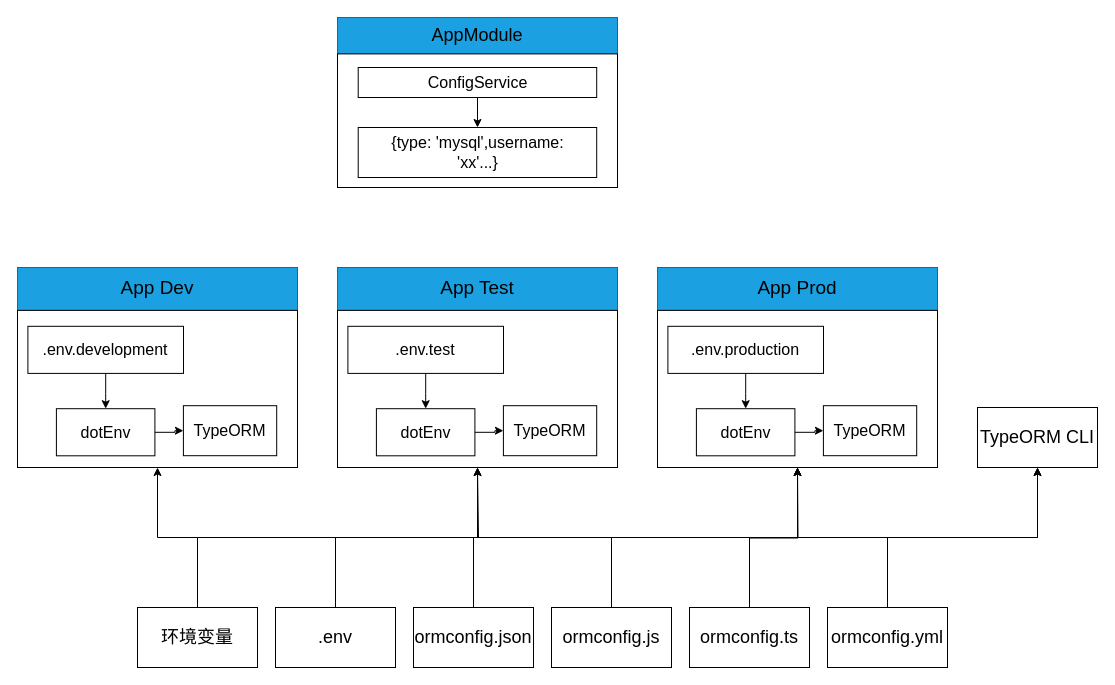
Earlier version of the draw.io diagram nestjs学习.drawio (ynzy/drawio). Source tidied: cells renumbered, new cells numbered last; positions are measured from the earlier drawing's top-left corner, leaving out a move shared by most shapes. Both pictures are drawn from the tidied source at 100%, with x=0, y=0 at pixel (17, 17).
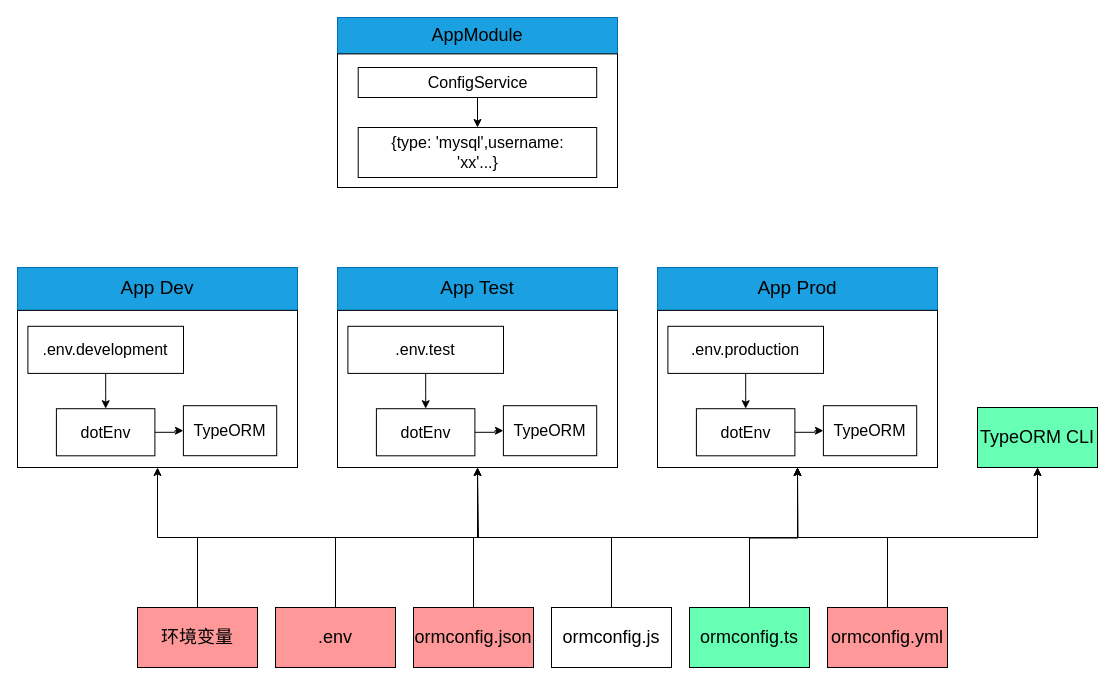
The same page after the edit.

Change to the diagram source:
```diff
@@
-    <mxCell id="34" value="环境变量" style="rounded=0;whiteSpace=wrap;html=1;fontSize=18;" parent="1" vertex="1">
+    <mxCell id="34" value="环境变量" style="rounded=0;whiteSpace=wrap;html=1;fontSize=18;fillColor=#FF9999;" parent="1" vertex="1">
       <mxGeometry x="120" y="590" width="120" height="60" as="geometry" />
     </mxCell>
@@
-    <mxCell id="36" value=".env" style="rounded=0;whiteSpace=wrap;html=1;fontSize=18;" parent="1" vertex="1">
+    <mxCell id="36" value=".env" style="rounded=0;whiteSpace=wrap;html=1;fontSize=18;fillColor=#FF9999;" parent="1" vertex="1">
       <mxGeometry x="258" y="590" width="120" height="60" as="geometry" />
     </mxCell>
@@
-    <mxCell id="38" value="ormconfig.json" style="rounded=0;whiteSpace=wrap;html=1;fontSize=18;" parent="1" vertex="1">
+    <mxCell id="38" value="ormconfig.json" style="rounded=0;whiteSpace=wrap;html=1;fontSize=18;fillColor=#FF9999;" parent="1" vertex="1">
       <mxGeometry x="396" y="590" width="120" height="60" as="geometry" />
     </mxCell>
@@
-    <mxCell id="43" value="ormconfig.ts" style="rounded=0;whiteSpace=wrap;html=1;fontSize=18;" parent="1" vertex="1">
+    <mxCell id="43" value="ormconfig.ts" style="rounded=0;whiteSpace=wrap;html=1;fontSize=18;fillColor=#66FFB3;" parent="1" vertex="1">
       <mxGeometry x="672" y="590" width="120" height="60" as="geometry" />
     </mxCell>
@@
-    <mxCell id="45" value="ormconfig.yml" style="rounded=0;whiteSpace=wrap;html=1;fontSize=18;" parent="1" vertex="1">
+    <mxCell id="45" value="ormconfig.yml" style="rounded=0;whiteSpace=wrap;html=1;fontSize=18;fillColor=#FF9999;" parent="1" vertex="1">
       <mxGeometry x="810" y="590" width="120" height="60" as="geometry" />
     </mxCell>
-    <mxCell id="46" value="TypeORM CLI" style="rounded=0;whiteSpace=wrap;html=1;fontSize=18;" parent="1" vertex="1">
+    <mxCell id="46" value="TypeORM CLI" style="rounded=0;whiteSpace=wrap;html=1;fontSize=18;fillColor=#66FFB3;" parent="1" vertex="1">
       <mxGeometry x="960" y="390" width="120" height="60" as="geometry" />
     </mxCell>
```
